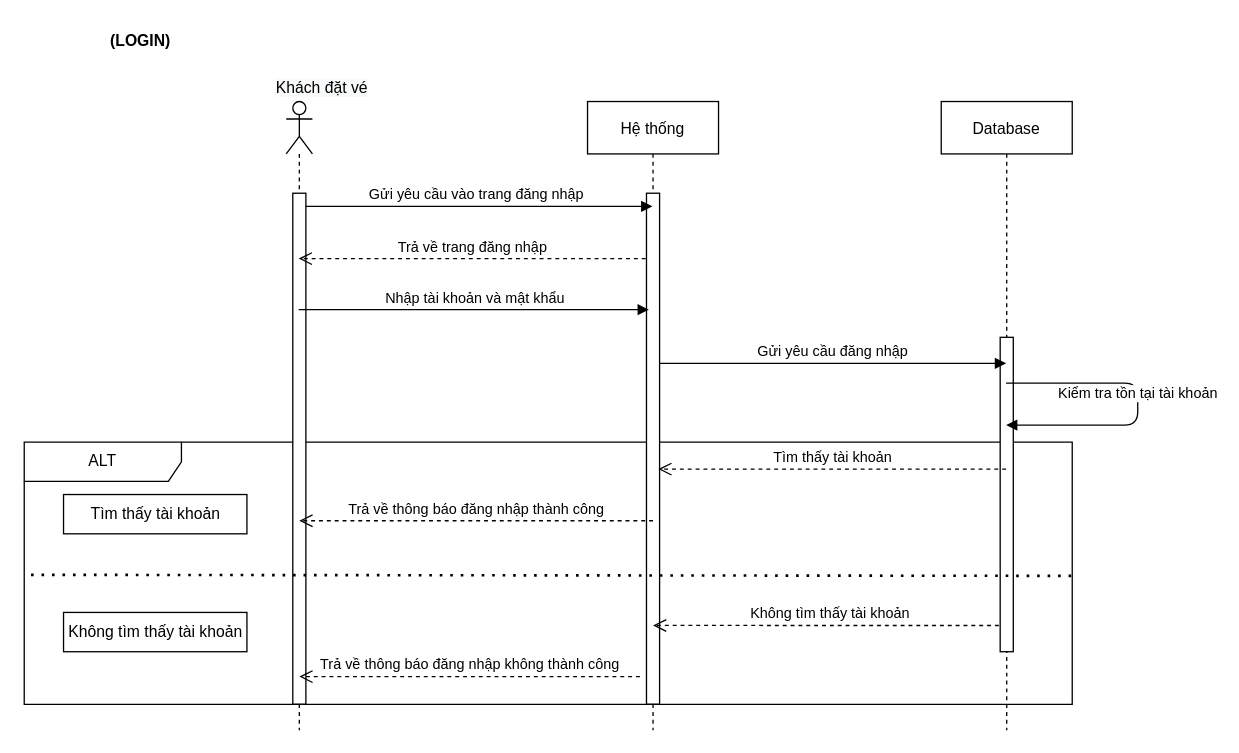
Before: Report/SequenceDiagram/Khách_Đăng nhập.drawio in baolongnguyenmac/CinemaManagementSystem, a draw.io diagram. Source tidied: cells renumbered, new cells numbered last; positions are measured from the earlier drawing's top-left corner, leaving out a move shared by most shapes. Both pictures are drawn from the tidied source at 131%, with x=0, y=0 at pixel (24, 22).
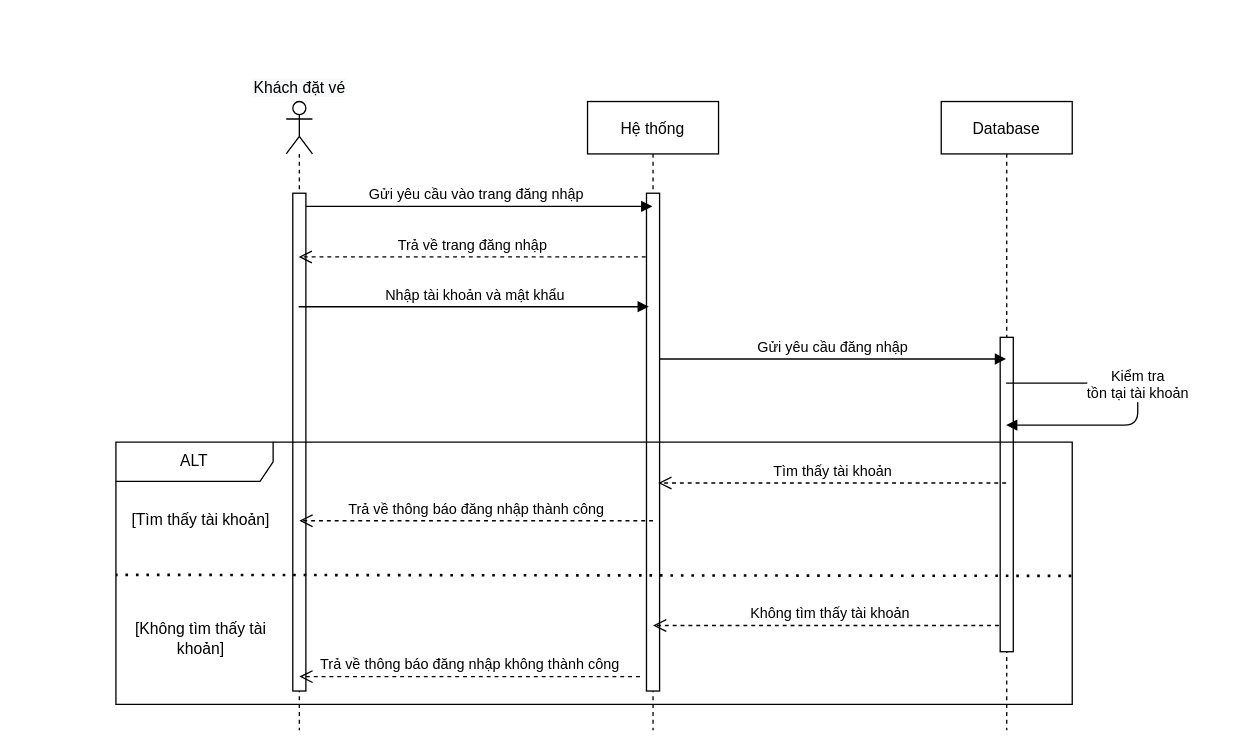
The same page after the edit.

Unchanged cells that the change refers to:
```xml
<mxCell id="3" value="Hệ thống" style="shape=umlLifeline;perimeter=lifelinePerimeter;rounded=0;shadow=0;strokeWidth=1;" parent="1" vertex="1">
  <mxGeometry x="430" y="60" width="100" height="480" as="geometry" />
</mxCell>
<mxCell id="5" value="Database" style="shape=umlLifeline;perimeter=lifelinePerimeter;rounded=0;shadow=0;strokeWidth=1;size=40;" parent="1" vertex="1">
  <mxGeometry x="700" y="60" width="100" height="480" as="geometry" />
</mxCell>
<mxCell id="9" style="shape=umlLifeline;participant=umlActor;perimeter=lifelinePerimeter;whiteSpace=wrap;html=1;verticalAlign=top;spacingTop=36;outlineConnect=0;rounded=0;glass=0;sketch=0;shadow=0;" parent="1" vertex="1">
  <mxGeometry x="200" y="60" width="20" height="480" as="geometry" />
</mxCell>
```

Diff of the diagram source:
```diff
@@
-    <mxCell id="2" value="ALT" style="shape=umlFrame;whiteSpace=wrap;html=1;width=120;height=30;swimlaneFillColor=none;" parent="1" vertex="1">
-      <mxGeometry y="320" width="800" height="200.2" as="geometry" />
-    </mxCell>
@@
     <mxCell id="4" style="rounded=0;whiteSpace=wrap;html=1;shadow=0;glass=0;sketch=0;gradientColor=none;align=center;" parent="3" vertex="1">
-      <mxGeometry x="45" y="70" width="10" height="390" as="geometry" />
+      <mxGeometry x="45" y="70" width="10" height="380" as="geometry" />
     </mxCell>
@@
-    <mxCell id="6" value="Không tìm thấy tài khoản" style="html=1;verticalAlign=bottom;endArrow=open;dashed=1;endSize=8;entryX=0.5;entryY=0.846;entryDx=0;entryDy=0;entryPerimeter=0;" parent="5" edge="1" target="4">
+    <mxCell id="6" value="Không tìm thấy tài khoản" style="html=1;verticalAlign=bottom;endArrow=open;dashed=1;endSize=8;" parent="5" edge="1">
       <mxGeometry relative="1" as="geometry">
         <mxPoint x="50" y="400" as="sourcePoint" />
+        <mxPoint x="-220" y="400" as="targetPoint" />
       </mxGeometry>
     </mxCell>
@@
     <mxCell id="8" value="&#10;&#10;&lt;span style=&quot;color: rgb(0, 0, 0); font-family: helvetica; font-size: 12px; font-style: normal; font-weight: 400; letter-spacing: normal; text-align: center; text-indent: 0px; text-transform: none; word-spacing: 0px; background-color: rgb(248, 249, 250); display: inline; float: none;&quot;&gt;Khách đặt vé&lt;/span&gt;&#10;&#10;" style="text;html=1;strokeColor=none;fillColor=none;align=center;verticalAlign=middle;whiteSpace=wrap;rounded=0;" parent="1" vertex="1">
-      <mxGeometry x="190" y="40" width="75" height="20" as="geometry" />
+      <mxGeometry x="172.5" y="40" width="75" height="20" as="geometry" />
     </mxCell>
@@
     <mxCell id="11" style="rounded=0;whiteSpace=wrap;html=1;shadow=0;glass=0;sketch=0;gradientColor=none;align=center;" parent="9" vertex="1">
-      <mxGeometry x="5" y="70" width="10" height="390" as="geometry" />
+      <mxGeometry x="5" y="70" width="10" height="380" as="geometry" />
     </mxCell>
@@
-    <mxCell id="15" value="Tìm thấy tài khoản" style="html=1;verticalAlign=bottom;endArrow=open;dashed=1;endSize=8;entryX=0.9;entryY=0.54;entryDx=0;entryDy=0;entryPerimeter=0;" parent="1" edge="1" source="5" target="4">
-      <mxGeometry relative="1" as="geometry" />
+    <mxCell id="15" value="Tìm thấy tài khoản" style="html=1;verticalAlign=bottom;endArrow=open;dashed=1;endSize=8;entryX=0.9;entryY=0.54;entryDx=0;entryDy=0;entryPerimeter=0;" parent="1" edge="1">
+      <mxGeometry relative="1" as="geometry">
+        <mxPoint x="749.5" y="351.2" as="sourcePoint" />
+        <mxPoint x="484" y="351.2" as="targetPoint" />
+      </mxGeometry>
     </mxCell>
@@
-    <mxCell id="19" value="Tìm thấy tài khoản" style="html=1;gradientColor=none;" parent="1" vertex="1">
-      <mxGeometry x="30" y="360" width="140" height="30" as="geometry" />
-    </mxCell>
-    <mxCell id="20" value="Không tìm thấy tài khoản" style="html=1;gradientColor=none;" parent="1" vertex="1">
-      <mxGeometry x="30" y="450" width="140" height="30" as="geometry" />
-    </mxCell>
-    <mxCell id="21" value="(LOGIN)" style="text;align=center;fontStyle=1;verticalAlign=middle;spacingLeft=3;spacingRight=3;strokeColor=none;rounded=0;shadow=0;glass=0;sketch=0;gradientColor=none;" parent="1" vertex="1">
-      <mxGeometry x="49" width="80" height="26" as="geometry" />
-    </mxCell>
-    <mxCell id="22" value="Kiểm tra tồn tại tài khoản" style="html=1;verticalAlign=bottom;endArrow=block;" parent="1" edge="1" source="5" target="5">
+    <mxCell id="22" value="Kiểm tra &lt;br&gt;tồn tại tài khoản" style="html=1;verticalAlign=bottom;endArrow=block;" parent="1" edge="1" source="5" target="5">
       <mxGeometry relative="1" as="geometry">
         <Array as="points">
           <mxPoint x="850" y="275" />
           <mxPoint x="850" y="307" />
         </Array>
       </mxGeometry>
     </mxCell>
+    <mxCell id="23" value="&lt;span&gt;[Tìm thấy tài khoản]&lt;/span&gt;" style="text;html=1;strokeColor=none;fillColor=none;align=center;verticalAlign=middle;whiteSpace=wrap;rounded=0;" parent="1" vertex="1">
+      <mxGeometry x="80" y="370" width="110" height="20" as="geometry" />
+    </mxCell>
+    <mxCell id="24" value="&lt;span&gt;[Không tìm thấy tài khoản]&lt;/span&gt;" style="text;html=1;strokeColor=none;fillColor=none;align=center;verticalAlign=middle;whiteSpace=wrap;rounded=0;" parent="1" vertex="1">
+      <mxGeometry x="80" y="460" width="110" height="20" as="geometry" />
+    </mxCell>
+    <mxCell id="2" value="ALT" style="shape=umlFrame;whiteSpace=wrap;html=1;width=120;height=30;swimlaneFillColor=none;" parent="1" vertex="1">
+      <mxGeometry x="70" y="320" width="730" height="200.2" as="geometry" />
+    </mxCell>
```
